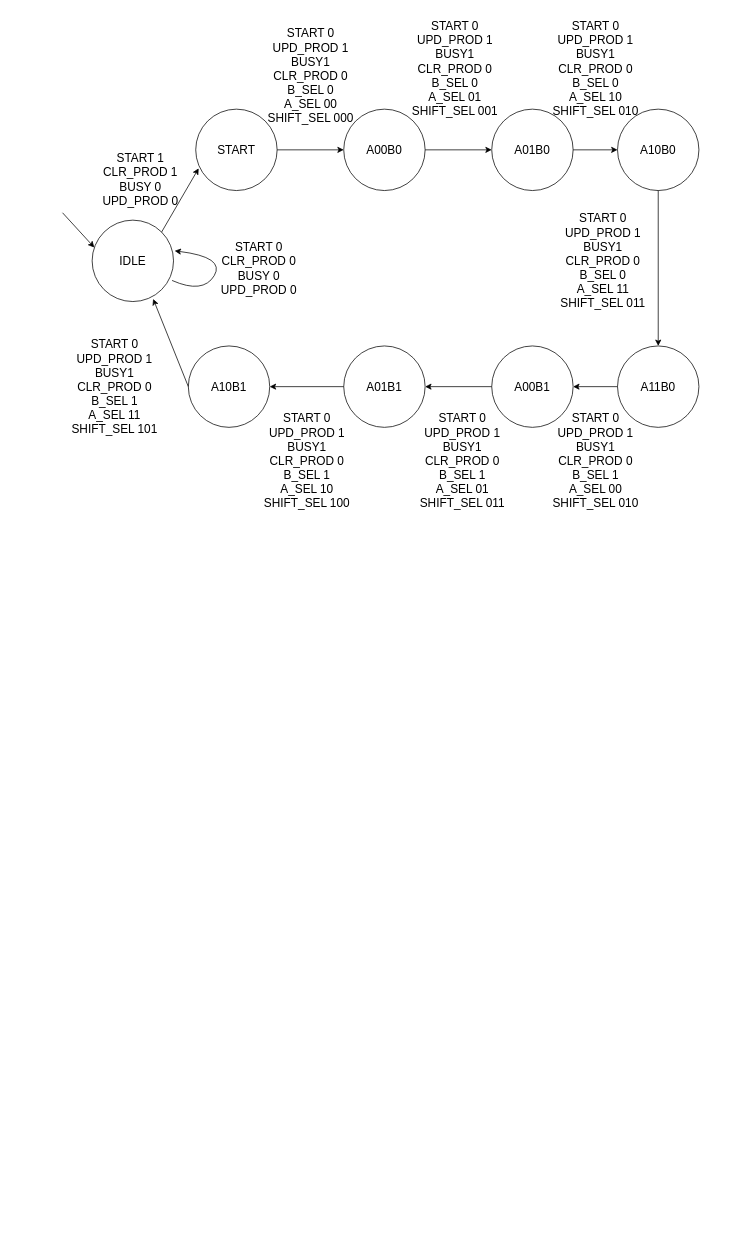
The draw.io diagram Untitled Diagram.drawio in ofek512/32x32_multiplier, before the edit. Source tidied: cells renumbered, new cells numbered last; positions are measured from the earlier drawing's top-left corner, leaving out a move shared by most shapes. Both pictures are drawn from the tidied source at 74%, with x=0, y=0 at pixel (62, 13).
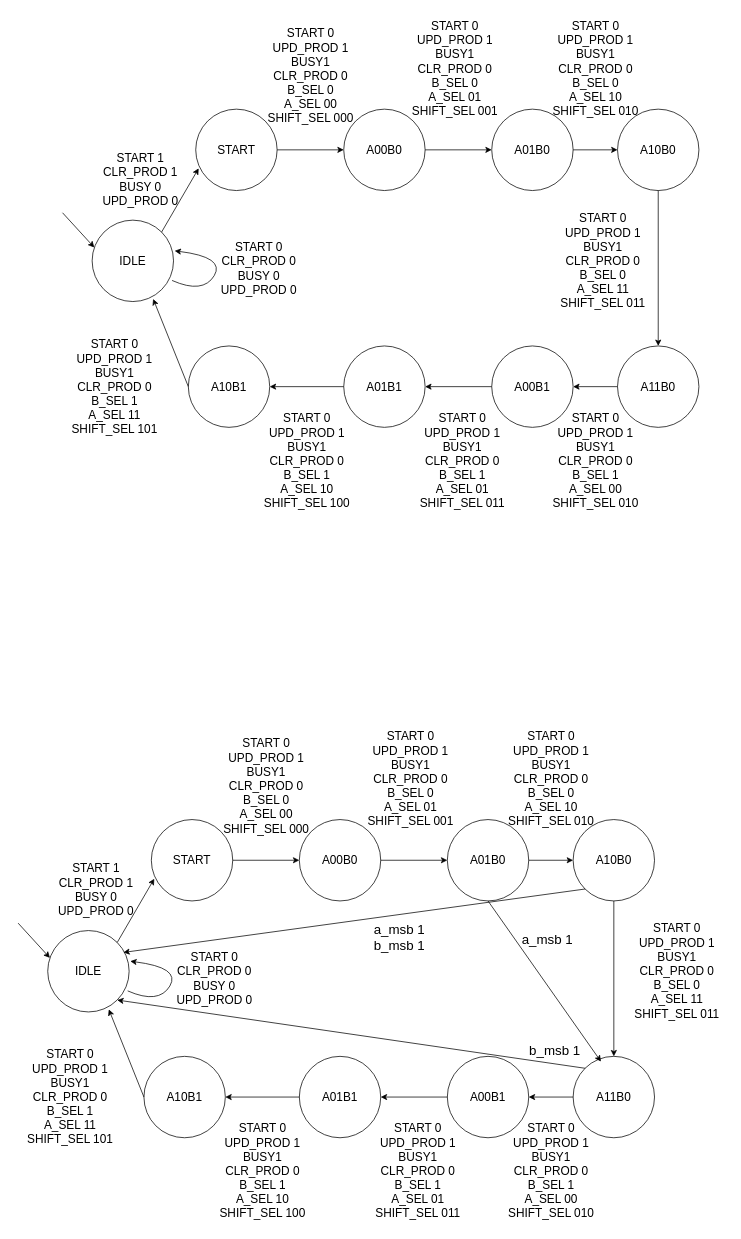
The same diagram, later.

What changed in the source:
```diff
@@
+    <mxCell id="32" value="&lt;font size=&quot;3&quot;&gt;A00B1&lt;/font&gt;" style="ellipse;whiteSpace=wrap;html=1;" parent="1" vertex="1">
+      <mxGeometry x="520" y="1410" width="110" height="110" as="geometry" />
+    </mxCell>
+    <mxCell id="33" value="&lt;font size=&quot;3&quot;&gt;A00B0&lt;/font&gt;" style="ellipse;whiteSpace=wrap;html=1;" parent="1" vertex="1">
+      <mxGeometry x="320" y="1090" width="110" height="110" as="geometry" />
+    </mxCell>
+    <mxCell id="34" value="&lt;font size=&quot;3&quot;&gt;A01B0&lt;/font&gt;" style="ellipse;whiteSpace=wrap;html=1;" parent="1" vertex="1">
+      <mxGeometry x="520" y="1090" width="110" height="110" as="geometry" />
+    </mxCell>
+    <mxCell id="35" value="&lt;font size=&quot;3&quot;&gt;A01B1&lt;/font&gt;" style="ellipse;whiteSpace=wrap;html=1;" parent="1" vertex="1">
+      <mxGeometry x="320" y="1410" width="110" height="110" as="geometry" />
+    </mxCell>
+    <mxCell id="36" value="&lt;font size=&quot;3&quot;&gt;A10B1&lt;/font&gt;" style="ellipse;whiteSpace=wrap;html=1;" parent="1" vertex="1">
+      <mxGeometry x="110" y="1410" width="110" height="110" as="geometry" />
+    </mxCell>
+    <mxCell id="37" value="&lt;font size=&quot;3&quot;&gt;START&lt;/font&gt;" style="ellipse;whiteSpace=wrap;html=1;" parent="1" vertex="1">
+      <mxGeometry x="120" y="1090" width="110" height="110" as="geometry" />
+    </mxCell>
+    <mxCell id="38" value="&lt;font size=&quot;3&quot;&gt;A10B0&lt;/font&gt;" style="ellipse;whiteSpace=wrap;html=1;" parent="1" vertex="1">
+      <mxGeometry x="690" y="1090" width="110" height="110" as="geometry" />
+    </mxCell>
+    <mxCell id="39" value="&lt;font size=&quot;3&quot;&gt;A11B0&lt;/font&gt;" style="ellipse;whiteSpace=wrap;html=1;" parent="1" vertex="1">
+      <mxGeometry x="690" y="1410" width="110" height="110" as="geometry" />
+    </mxCell>
+    <mxCell id="40" value="&lt;font size=&quot;3&quot;&gt;IDLE&lt;/font&gt;" style="ellipse;whiteSpace=wrap;html=1;" parent="1" vertex="1">
+      <mxGeometry x="-20" y="1240" width="110" height="110" as="geometry" />
+    </mxCell>
+    <mxCell id="41" style="endArrow=classic;html=1;rounded=0;exitX=1;exitY=0;exitDx=0;exitDy=0;entryX=0.036;entryY=0.727;entryDx=0;entryDy=0;entryPerimeter=0;" parent="1" edge="1" source="40" target="37">
+      <mxGeometry relative="1" as="geometry" />
+    </mxCell>
+    <mxCell id="42" style="endArrow=classic;html=1;rounded=0;exitX=1;exitY=0.5;exitDx=0;exitDy=0;entryX=0;entryY=0.5;entryDx=0;entryDy=0;" parent="1" edge="1" source="37" target="33">
+      <mxGeometry relative="1" as="geometry" />
+    </mxCell>
+    <mxCell id="43" style="endArrow=classic;html=1;rounded=0;exitX=1;exitY=0.5;exitDx=0;exitDy=0;entryX=0;entryY=0.5;entryDx=0;entryDy=0;" parent="1" edge="1" source="33" target="34">
+      <mxGeometry relative="1" as="geometry" />
+    </mxCell>
+    <mxCell id="44" style="endArrow=classic;html=1;rounded=0;exitX=1;exitY=0.5;exitDx=0;exitDy=0;entryX=0;entryY=0.5;entryDx=0;entryDy=0;" parent="1" edge="1" source="34" target="38">
+      <mxGeometry relative="1" as="geometry" />
+    </mxCell>
+    <mxCell id="45" style="endArrow=classic;html=1;rounded=0;exitX=0.5;exitY=1;exitDx=0;exitDy=0;entryX=0.5;entryY=0;entryDx=0;entryDy=0;" parent="1" edge="1" source="38" target="39">
+      <mxGeometry relative="1" as="geometry" />
+    </mxCell>
+    <mxCell id="46" style="endArrow=classic;html=1;rounded=0;exitX=0;exitY=0.5;exitDx=0;exitDy=0;entryX=1;entryY=0.5;entryDx=0;entryDy=0;" parent="1" edge="1" source="39" target="32">
+      <mxGeometry relative="1" as="geometry" />
+    </mxCell>
+    <mxCell id="47" style="endArrow=classic;html=1;rounded=0;exitX=0;exitY=0.5;exitDx=0;exitDy=0;entryX=1;entryY=0.5;entryDx=0;entryDy=0;" parent="1" edge="1" source="32" target="35">
+      <mxGeometry relative="1" as="geometry" />
+    </mxCell>
+    <mxCell id="48" style="endArrow=classic;html=1;rounded=0;exitX=0;exitY=0.5;exitDx=0;exitDy=0;entryX=1;entryY=0.5;entryDx=0;entryDy=0;" parent="1" edge="1" source="35" target="36">
+      <mxGeometry relative="1" as="geometry" />
+    </mxCell>
+    <mxCell id="49" style="endArrow=classic;html=1;rounded=0;exitX=0;exitY=0.5;exitDx=0;exitDy=0;entryX=0.75;entryY=0.968;entryDx=0;entryDy=0;entryPerimeter=0;" parent="1" edge="1" source="36" target="40">
+      <mxGeometry relative="1" as="geometry" />
+    </mxCell>
+    <mxCell id="50" style="curved=1;endArrow=classic;html=1;rounded=0;exitX=0.982;exitY=0.741;exitDx=0;exitDy=0;exitPerimeter=0;entryX=1.014;entryY=0.377;entryDx=0;entryDy=0;entryPerimeter=0;" parent="1" edge="1" source="40" target="40">
+      <mxGeometry relative="1" as="geometry">
+        <Array as="points">
+          <mxPoint x="130" y="1340" />
+          <mxPoint x="160" y="1290" />
+        </Array>
+      </mxGeometry>
+    </mxCell>
+    <mxCell id="51" value="&lt;div&gt;&lt;font size=&quot;3&quot;&gt;START 0&lt;/font&gt;&lt;/div&gt;&lt;div&gt;&lt;font size=&quot;3&quot;&gt;CLR_PROD 0&lt;/font&gt;&lt;/div&gt;&lt;div&gt;&lt;font size=&quot;3&quot;&gt;BUSY 0&lt;/font&gt;&lt;/div&gt;&lt;div&gt;&lt;font size=&quot;3&quot;&gt;UPD_PROD 0&lt;/font&gt;&lt;/div&gt;" style="text;html=1;align=center;verticalAlign=middle;strokeColor=none;fillColor=none;" parent="1" vertex="1">
+      <mxGeometry x="140" y="1260" width="130" height="90" as="geometry" />
+    </mxCell>
+    <mxCell id="52" value="&lt;div&gt;&lt;font size=&quot;3&quot;&gt;START 1&lt;/font&gt;&lt;/div&gt;&lt;div&gt;&lt;font size=&quot;3&quot;&gt;CLR_PROD 1&lt;/font&gt;&lt;/div&gt;&lt;div&gt;&lt;font size=&quot;3&quot;&gt;BUSY 0&lt;/font&gt;&lt;/div&gt;&lt;div&gt;&lt;font size=&quot;3&quot;&gt;UPD_PROD 0&lt;/font&gt;&lt;/div&gt;" style="text;html=1;align=center;verticalAlign=middle;strokeColor=none;fillColor=none;" parent="1" vertex="1">
+      <mxGeometry x="-20" y="1140" width="130" height="90" as="geometry" />
+    </mxCell>
+    <mxCell id="53" value="&lt;div&gt;&lt;font size=&quot;3&quot;&gt;START 0&lt;/font&gt;&lt;/div&gt;&lt;div&gt;&lt;font size=&quot;3&quot;&gt;UPD_PROD 1&lt;/font&gt;&lt;/div&gt;&lt;div&gt;&lt;font size=&quot;3&quot;&gt;BUSY1&lt;/font&gt;&lt;/div&gt;&lt;div&gt;&lt;font size=&quot;3&quot;&gt;CLR_PROD 0&lt;/font&gt;&lt;/div&gt;&lt;div&gt;&lt;font size=&quot;3&quot;&gt;B_SEL 0&lt;/font&gt;&lt;/div&gt;&lt;div&gt;&lt;font size=&quot;3&quot;&gt;A_SEL 00&lt;/font&gt;&lt;/div&gt;&lt;div&gt;&lt;font size=&quot;3&quot;&gt;SHIFT_SEL 000&lt;/font&gt;&lt;/div&gt;" style="text;html=1;align=center;verticalAlign=middle;strokeColor=none;fillColor=none;" parent="1" vertex="1">
+      <mxGeometry x="205" y="970" width="140" height="150" as="geometry" />
+    </mxCell>
+    <mxCell id="54" value="&lt;div&gt;&lt;font size=&quot;3&quot;&gt;START 0&lt;/font&gt;&lt;/div&gt;&lt;div&gt;&lt;font size=&quot;3&quot;&gt;UPD_PROD 1&lt;/font&gt;&lt;/div&gt;&lt;div&gt;&lt;font size=&quot;3&quot;&gt;BUSY1&lt;/font&gt;&lt;/div&gt;&lt;div&gt;&lt;font size=&quot;3&quot;&gt;CLR_PROD 0&lt;/font&gt;&lt;/div&gt;&lt;div&gt;&lt;font size=&quot;3&quot;&gt;B_SEL 0&lt;/font&gt;&lt;/div&gt;&lt;div&gt;&lt;font size=&quot;3&quot;&gt;A_SEL 01&lt;/font&gt;&lt;/div&gt;&lt;div&gt;&lt;font size=&quot;3&quot;&gt;SHIFT_SEL 001&lt;/font&gt;&lt;/div&gt;" style="text;html=1;align=center;verticalAlign=middle;strokeColor=none;fillColor=none;" parent="1" vertex="1">
+      <mxGeometry x="400" y="960" width="140" height="150" as="geometry" />
+    </mxCell>
+    <mxCell id="55" value="&lt;div&gt;&lt;font size=&quot;3&quot;&gt;START 0&lt;/font&gt;&lt;/div&gt;&lt;div&gt;&lt;font size=&quot;3&quot;&gt;UPD_PROD 1&lt;/font&gt;&lt;/div&gt;&lt;div&gt;&lt;font size=&quot;3&quot;&gt;BUSY1&lt;/font&gt;&lt;/div&gt;&lt;div&gt;&lt;font size=&quot;3&quot;&gt;CLR_PROD 0&lt;/font&gt;&lt;/div&gt;&lt;div&gt;&lt;font size=&quot;3&quot;&gt;B_SEL 0&lt;/font&gt;&lt;/div&gt;&lt;div&gt;&lt;font size=&quot;3&quot;&gt;A_SEL 10&lt;/font&gt;&lt;/div&gt;&lt;div&gt;&lt;font size=&quot;3&quot;&gt;SHIFT_SEL 010&lt;/font&gt;&lt;/div&gt;" style="text;html=1;align=center;verticalAlign=middle;strokeColor=none;fillColor=none;" parent="1" vertex="1">
+      <mxGeometry x="590" y="960" width="140" height="150" as="geometry" />
+    </mxCell>
+    <mxCell id="56" value="&lt;div&gt;&lt;font size=&quot;3&quot;&gt;START 0&lt;/font&gt;&lt;/div&gt;&lt;div&gt;&lt;font size=&quot;3&quot;&gt;UPD_PROD 1&lt;/font&gt;&lt;/div&gt;&lt;div&gt;&lt;font size=&quot;3&quot;&gt;BUSY1&lt;/font&gt;&lt;/div&gt;&lt;div&gt;&lt;font size=&quot;3&quot;&gt;CLR_PROD 0&lt;/font&gt;&lt;/div&gt;&lt;div&gt;&lt;font size=&quot;3&quot;&gt;B_SEL 0&lt;/font&gt;&lt;/div&gt;&lt;div&gt;&lt;font size=&quot;3&quot;&gt;A_SEL 11&lt;/font&gt;&lt;/div&gt;&lt;div&gt;&lt;font size=&quot;3&quot;&gt;SHIFT_SEL 011&lt;/font&gt;&lt;/div&gt;" style="text;html=1;align=center;verticalAlign=middle;strokeColor=none;fillColor=none;" parent="1" vertex="1">
+      <mxGeometry x="760" y="1220" width="140" height="150" as="geometry" />
+    </mxCell>
+    <mxCell id="57" value="&lt;div&gt;&lt;font size=&quot;3&quot;&gt;START 0&lt;/font&gt;&lt;/div&gt;&lt;div&gt;&lt;font size=&quot;3&quot;&gt;UPD_PROD 1&lt;/font&gt;&lt;/div&gt;&lt;div&gt;&lt;font size=&quot;3&quot;&gt;BUSY1&lt;/font&gt;&lt;/div&gt;&lt;div&gt;&lt;font size=&quot;3&quot;&gt;CLR_PROD 0&lt;/font&gt;&lt;/div&gt;&lt;div&gt;&lt;font size=&quot;3&quot;&gt;B_SEL 1&lt;/font&gt;&lt;/div&gt;&lt;div&gt;&lt;font size=&quot;3&quot;&gt;A_SEL 00&lt;/font&gt;&lt;/div&gt;&lt;div&gt;&lt;font size=&quot;3&quot;&gt;SHIFT_SEL 010&lt;/font&gt;&lt;/div&gt;" style="text;html=1;align=center;verticalAlign=middle;strokeColor=none;fillColor=none;" parent="1" vertex="1">
+      <mxGeometry x="590" y="1490" width="140" height="150" as="geometry" />
+    </mxCell>
+    <mxCell id="58" value="&lt;div&gt;&lt;font size=&quot;3&quot;&gt;START 0&lt;/font&gt;&lt;/div&gt;&lt;div&gt;&lt;font size=&quot;3&quot;&gt;UPD_PROD 1&lt;/font&gt;&lt;/div&gt;&lt;div&gt;&lt;font size=&quot;3&quot;&gt;BUSY1&lt;/font&gt;&lt;/div&gt;&lt;div&gt;&lt;font size=&quot;3&quot;&gt;CLR_PROD 0&lt;/font&gt;&lt;/div&gt;&lt;div&gt;&lt;font size=&quot;3&quot;&gt;B_SEL 1&lt;/font&gt;&lt;/div&gt;&lt;div&gt;&lt;font size=&quot;3&quot;&gt;A_SEL 01&lt;/font&gt;&lt;/div&gt;&lt;div&gt;&lt;font size=&quot;3&quot;&gt;SHIFT_SEL 011&lt;/font&gt;&lt;/div&gt;" style="text;html=1;align=center;verticalAlign=middle;strokeColor=none;fillColor=none;" parent="1" vertex="1">
+      <mxGeometry x="410" y="1490" width="140" height="150" as="geometry" />
+    </mxCell>
+    <mxCell id="59" value="&lt;div&gt;&lt;font size=&quot;3&quot;&gt;START 0&lt;/font&gt;&lt;/div&gt;&lt;div&gt;&lt;font size=&quot;3&quot;&gt;UPD_PROD 1&lt;/font&gt;&lt;/div&gt;&lt;div&gt;&lt;font size=&quot;3&quot;&gt;BUSY1&lt;/font&gt;&lt;/div&gt;&lt;div&gt;&lt;font size=&quot;3&quot;&gt;CLR_PROD 0&lt;/font&gt;&lt;/div&gt;&lt;div&gt;&lt;font size=&quot;3&quot;&gt;B_SEL 1&lt;/font&gt;&lt;/div&gt;&lt;div&gt;&lt;font size=&quot;3&quot;&gt;A_SEL 10&lt;/font&gt;&lt;/div&gt;&lt;div&gt;&lt;font size=&quot;3&quot;&gt;SHIFT_SEL 100&lt;/font&gt;&lt;/div&gt;" style="text;html=1;align=center;verticalAlign=middle;strokeColor=none;fillColor=none;" parent="1" vertex="1">
+      <mxGeometry x="200" y="1490" width="140" height="150" as="geometry" />
+    </mxCell>
+    <mxCell id="60" value="&lt;div&gt;&lt;font size=&quot;3&quot;&gt;START 0&lt;/font&gt;&lt;/div&gt;&lt;div&gt;&lt;font size=&quot;3&quot;&gt;UPD_PROD 1&lt;/font&gt;&lt;/div&gt;&lt;div&gt;&lt;font size=&quot;3&quot;&gt;BUSY1&lt;/font&gt;&lt;/div&gt;&lt;div&gt;&lt;font size=&quot;3&quot;&gt;CLR_PROD 0&lt;/font&gt;&lt;/div&gt;&lt;div&gt;&lt;font size=&quot;3&quot;&gt;B_SEL 1&lt;/font&gt;&lt;/div&gt;&lt;div&gt;&lt;font size=&quot;3&quot;&gt;A_SEL 11&lt;/font&gt;&lt;/div&gt;&lt;div&gt;&lt;font size=&quot;3&quot;&gt;SHIFT_SEL 101&lt;/font&gt;&lt;/div&gt;" style="text;html=1;align=center;verticalAlign=middle;strokeColor=none;fillColor=none;" parent="1" vertex="1">
+      <mxGeometry x="-60" y="1390" width="140" height="150" as="geometry" />
+    </mxCell>
+    <mxCell id="61" style="endArrow=classic;html=1;rounded=0;entryX=0.027;entryY=0.336;entryDx=0;entryDy=0;entryPerimeter=0;" parent="1" edge="1" target="40">
+      <mxGeometry relative="1" as="geometry">
+        <mxPoint x="-60" y="1230" as="sourcePoint" />
+      </mxGeometry>
+    </mxCell>
+    <mxCell id="62" style="endArrow=classic;html=1;rounded=0;exitX=0;exitY=1;exitDx=0;exitDy=0;entryX=0.929;entryY=0.269;entryDx=0;entryDy=0;entryPerimeter=0;" parent="1" edge="1" source="38" target="40">
+      <mxGeometry relative="1" as="geometry" />
+    </mxCell>
+    <mxCell id="63" value="&lt;div&gt;&lt;font style=&quot;font-size: 18px;&quot;&gt;a_msb 1&lt;/font&gt;&lt;/div&gt;&lt;div&gt;&lt;font style=&quot;font-size: 18px;&quot;&gt;b_msb 1&lt;/font&gt;&lt;/div&gt;" style="text;html=1;align=center;verticalAlign=middle;strokeColor=none;fillColor=none;" parent="1" vertex="1">
+      <mxGeometry x="410" y="1220" width="90" height="60" as="geometry" />
+    </mxCell>
+    <mxCell id="64" style="endArrow=classic;html=1;rounded=0;exitX=0;exitY=0;exitDx=0;exitDy=0;entryX=1;entryY=1;entryDx=0;entryDy=0;" parent="1" edge="1" source="39" target="40">
+      <mxGeometry relative="1" as="geometry" />
+    </mxCell>
+    <mxCell id="65" value="&lt;div&gt;&lt;br&gt;&lt;/div&gt;&lt;div&gt;&lt;font style=&quot;font-size: 18px;&quot;&gt;b_msb 1&lt;/font&gt;&lt;/div&gt;" style="text;html=1;align=center;verticalAlign=middle;strokeColor=none;fillColor=none;" parent="1" vertex="1">
+      <mxGeometry x="620" y="1370" width="90" height="50" as="geometry" />
+    </mxCell>
+    <mxCell id="66" style="endArrow=classic;html=1;rounded=0;exitX=0.5;exitY=1;exitDx=0;exitDy=0;entryX=0.342;entryY=0.064;entryDx=0;entryDy=0;entryPerimeter=0;" parent="1" edge="1" source="34" target="39">
+      <mxGeometry relative="1" as="geometry" />
+    </mxCell>
+    <mxCell id="67" value="&lt;div&gt;&lt;br&gt;&lt;/div&gt;&lt;div&gt;&lt;font style=&quot;font-size: 18px;&quot;&gt;a_msb 1&lt;/font&gt;&lt;/div&gt;" style="text;html=1;align=center;verticalAlign=middle;strokeColor=none;fillColor=none;" parent="1" vertex="1">
+      <mxGeometry x="610" y="1220" width="90" height="50" as="geometry" />
+    </mxCell>
```
